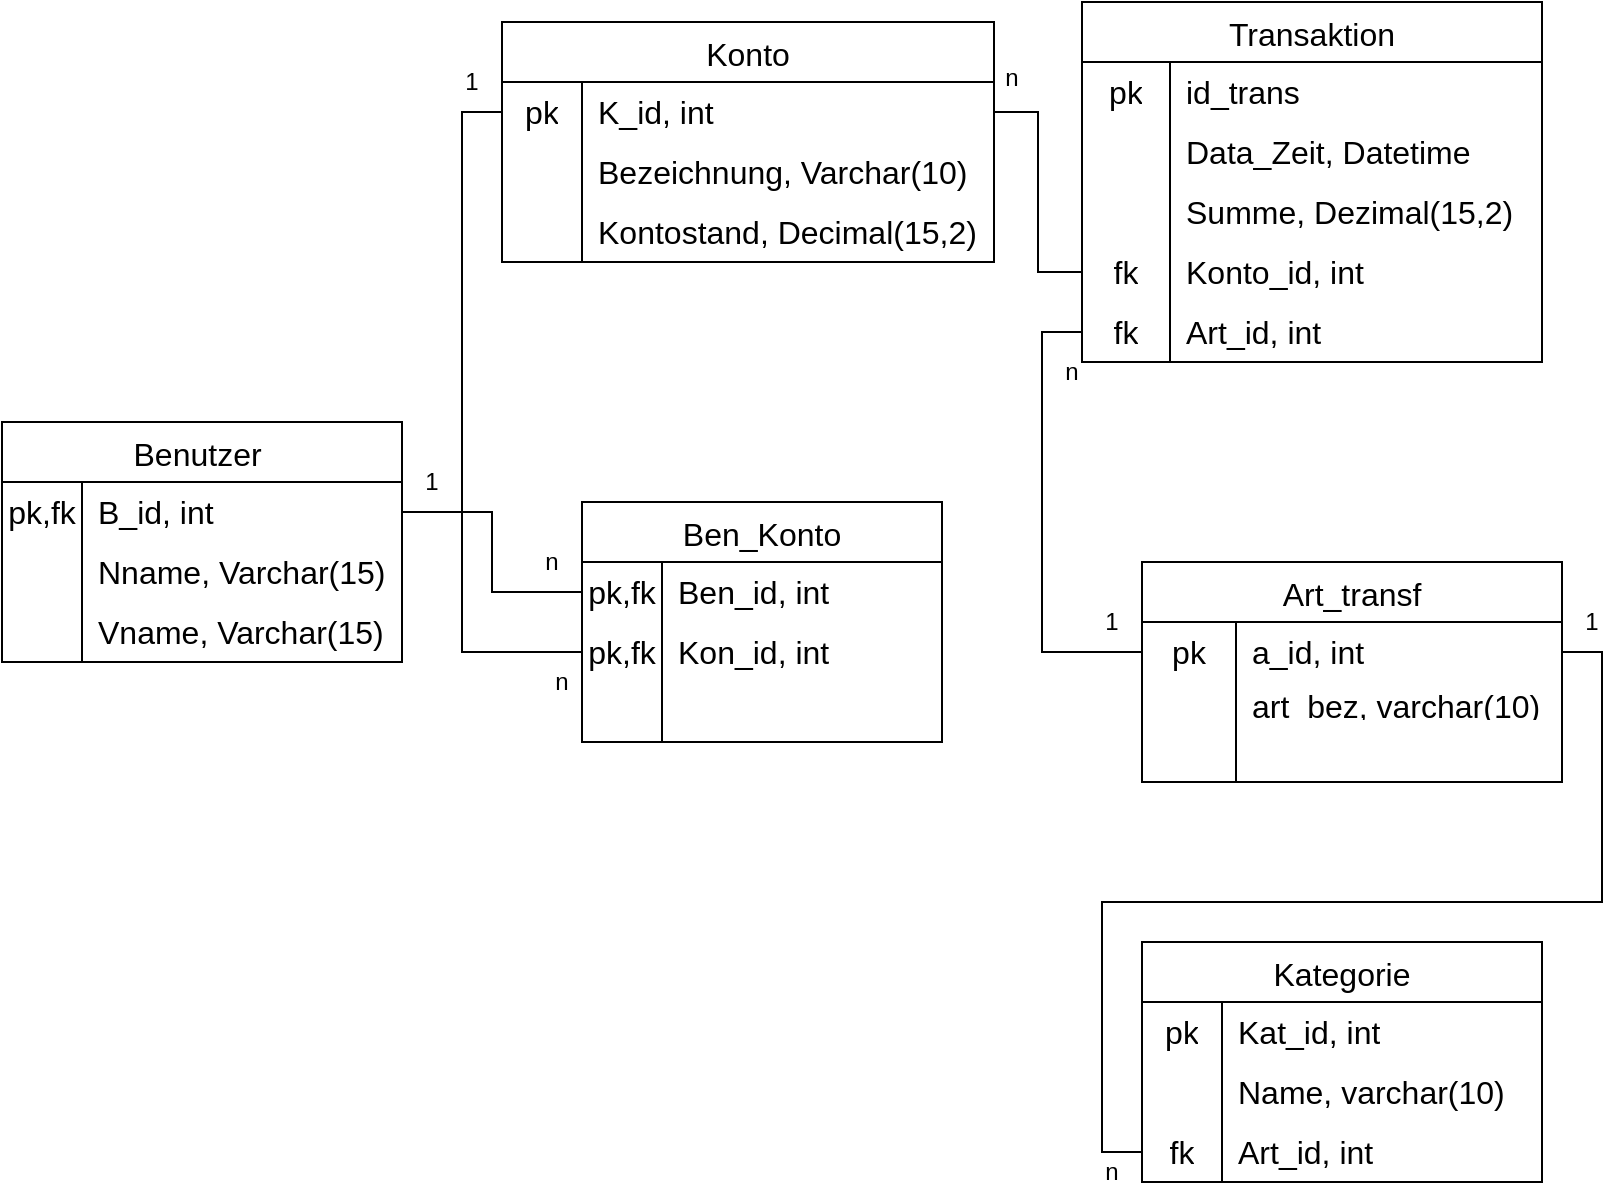
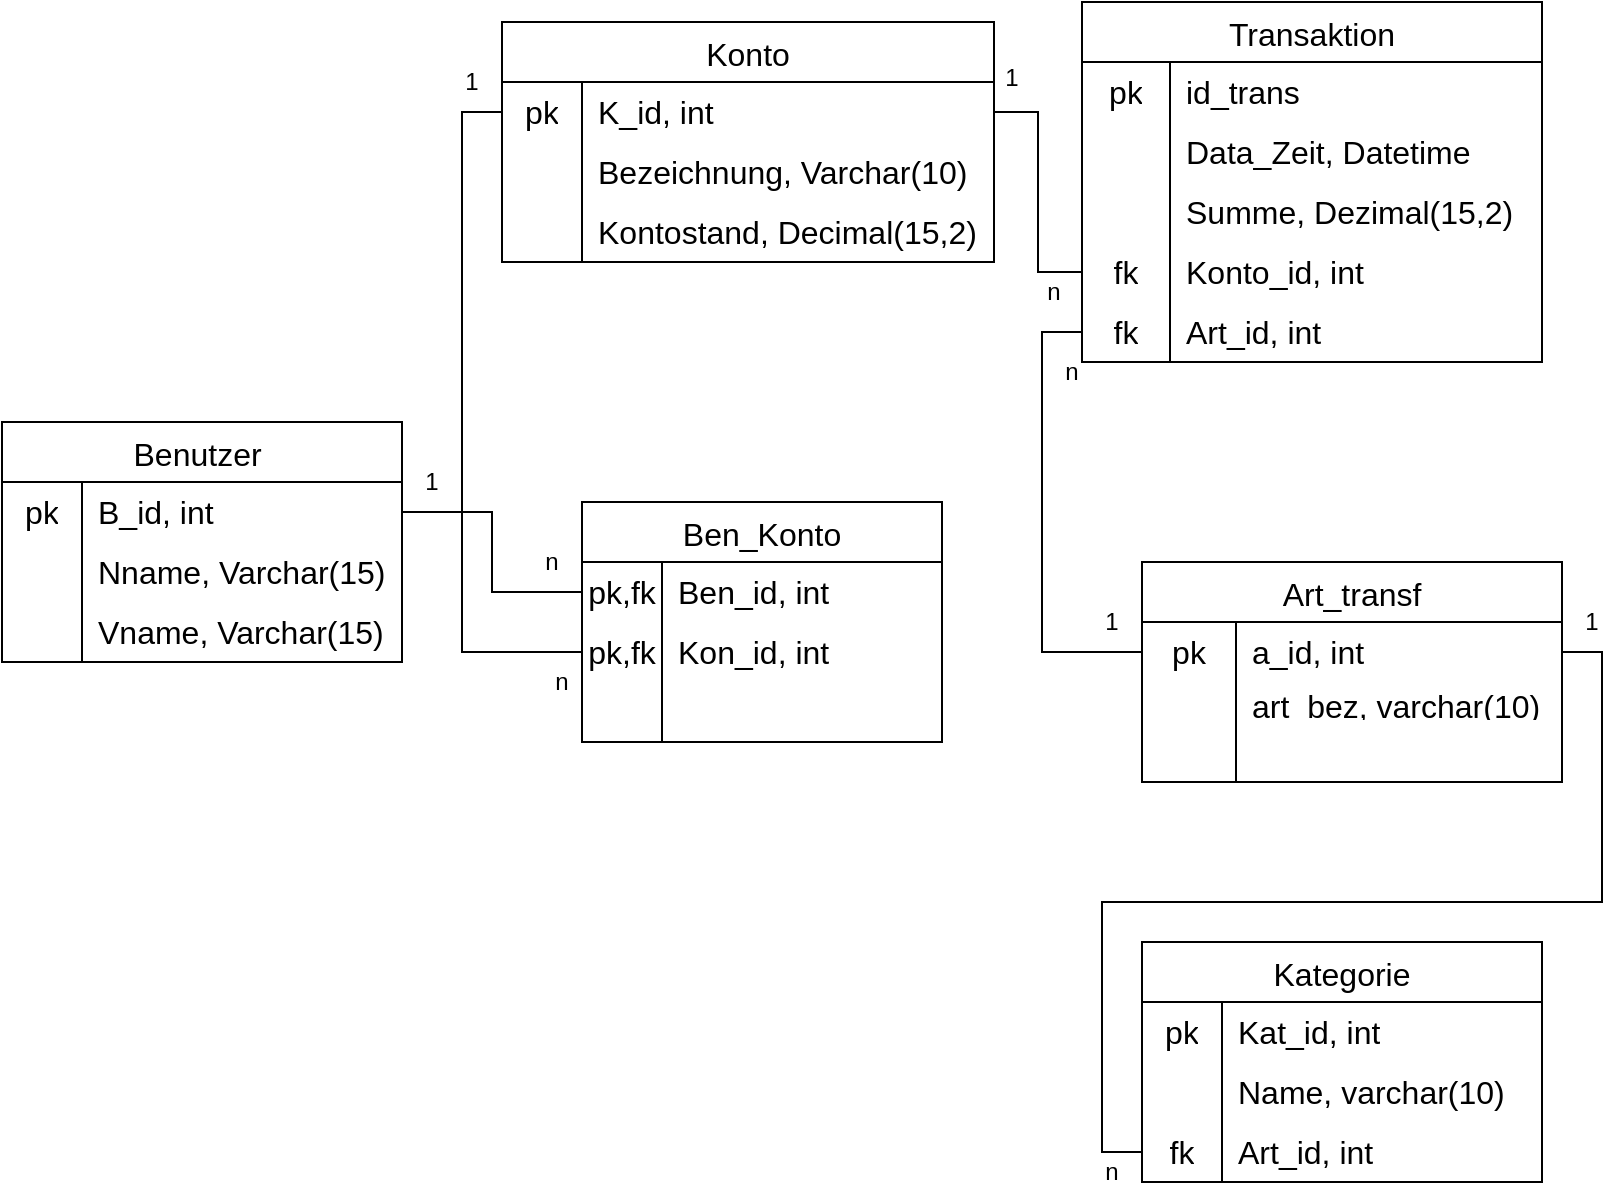
<mxfile host="app.diagrams.net">
  <diagram name="Seite-1" id="xPv2AC1nwmg8GyKB69Yi">
    <mxGraphModel dx="1537" dy="936" grid="1" gridSize="10" guides="1" tooltips="1" connect="1" arrows="1" fold="1" page="1" pageScale="1" pageWidth="827" pageHeight="1169" math="0" shadow="0">
      <root>
        <mxCell id="0" />
        <mxCell id="1" parent="0" />
        <mxCell id="_DhCgDT5A8rUitMqF_tN-11" parent="1" style="shape=table;startSize=30;container=1;collapsible=0;childLayout=tableLayout;fixedRows=1;rowLines=0;fontStyle=0;strokeColor=default;fontSize=16;" value="Benutzer " vertex="1">
          <mxGeometry height="120" width="200" x="70" y="390" as="geometry" />
        </mxCell>
        <mxCell id="_DhCgDT5A8rUitMqF_tN-12" parent="_DhCgDT5A8rUitMqF_tN-11" style="shape=tableRow;horizontal=0;startSize=0;swimlaneHead=0;swimlaneBody=0;top=0;left=0;bottom=0;right=0;collapsible=0;dropTarget=0;fillColor=none;points=[[0,0.5],[1,0.5]];portConstraint=eastwest;strokeColor=inherit;fontSize=16;" value="" vertex="1">
          <mxGeometry height="30" width="200" y="30" as="geometry" />
        </mxCell>
-         <mxCell id="_DhCgDT5A8rUitMqF_tN-13" parent="_DhCgDT5A8rUitMqF_tN-12" style="shape=partialRectangle;html=1;whiteSpace=wrap;connectable=0;fillColor=none;top=0;left=0;bottom=0;right=0;overflow=hidden;pointerEvents=1;strokeColor=inherit;fontSize=16;" value="pk,fk" vertex="1">
+         <mxCell id="_DhCgDT5A8rUitMqF_tN-13" parent="_DhCgDT5A8rUitMqF_tN-12" style="shape=partialRectangle;html=1;whiteSpace=wrap;connectable=0;fillColor=none;top=0;left=0;bottom=0;right=0;overflow=hidden;pointerEvents=1;strokeColor=inherit;fontSize=16;" value="pk" vertex="1">
          <mxGeometry height="30" width="40" as="geometry">
            <mxRectangle height="30" width="40" as="alternateBounds" />
          </mxGeometry>
        </mxCell>
        <mxCell id="_DhCgDT5A8rUitMqF_tN-14" parent="_DhCgDT5A8rUitMqF_tN-12" style="shape=partialRectangle;html=1;whiteSpace=wrap;connectable=0;fillColor=none;top=0;left=0;bottom=0;right=0;align=left;spacingLeft=6;overflow=hidden;strokeColor=inherit;fontSize=16;" value="B_id, int" vertex="1">
          <mxGeometry height="30" width="160" x="40" as="geometry">
            <mxRectangle height="30" width="160" as="alternateBounds" />
          </mxGeometry>
        </mxCell>
        <mxCell id="_DhCgDT5A8rUitMqF_tN-15" parent="_DhCgDT5A8rUitMqF_tN-11" style="shape=tableRow;horizontal=0;startSize=0;swimlaneHead=0;swimlaneBody=0;top=0;left=0;bottom=0;right=0;collapsible=0;dropTarget=0;fillColor=none;points=[[0,0.5],[1,0.5]];portConstraint=eastwest;strokeColor=inherit;fontSize=16;" value="" vertex="1">
          <mxGeometry height="30" width="200" y="60" as="geometry" />
        </mxCell>
        <mxCell id="_DhCgDT5A8rUitMqF_tN-16" parent="_DhCgDT5A8rUitMqF_tN-15" style="shape=partialRectangle;html=1;whiteSpace=wrap;connectable=0;fillColor=none;top=0;left=0;bottom=0;right=0;overflow=hidden;strokeColor=inherit;fontSize=16;" value="" vertex="1">
          <mxGeometry height="30" width="40" as="geometry">
            <mxRectangle height="30" width="40" as="alternateBounds" />
          </mxGeometry>
        </mxCell>
        <mxCell id="_DhCgDT5A8rUitMqF_tN-17" parent="_DhCgDT5A8rUitMqF_tN-15" style="shape=partialRectangle;html=1;whiteSpace=wrap;connectable=0;fillColor=none;top=0;left=0;bottom=0;right=0;align=left;spacingLeft=6;overflow=hidden;strokeColor=inherit;fontSize=16;" value="Nname, Varchar(15)" vertex="1">
          <mxGeometry height="30" width="160" x="40" as="geometry">
            <mxRectangle height="30" width="160" as="alternateBounds" />
          </mxGeometry>
        </mxCell>
        <mxCell id="_DhCgDT5A8rUitMqF_tN-18" parent="_DhCgDT5A8rUitMqF_tN-11" style="shape=tableRow;horizontal=0;startSize=0;swimlaneHead=0;swimlaneBody=0;top=0;left=0;bottom=0;right=0;collapsible=0;dropTarget=0;fillColor=none;points=[[0,0.5],[1,0.5]];portConstraint=eastwest;strokeColor=inherit;fontSize=16;" value="" vertex="1">
          <mxGeometry height="30" width="200" y="90" as="geometry" />
        </mxCell>
        <mxCell id="_DhCgDT5A8rUitMqF_tN-19" parent="_DhCgDT5A8rUitMqF_tN-18" style="shape=partialRectangle;html=1;whiteSpace=wrap;connectable=0;fillColor=none;top=0;left=0;bottom=0;right=0;overflow=hidden;strokeColor=inherit;fontSize=16;" value="" vertex="1">
          <mxGeometry height="30" width="40" as="geometry">
            <mxRectangle height="30" width="40" as="alternateBounds" />
          </mxGeometry>
        </mxCell>
        <mxCell id="_DhCgDT5A8rUitMqF_tN-20" parent="_DhCgDT5A8rUitMqF_tN-18" style="shape=partialRectangle;html=1;whiteSpace=wrap;connectable=0;fillColor=none;top=0;left=0;bottom=0;right=0;align=left;spacingLeft=6;overflow=hidden;strokeColor=inherit;fontSize=16;" value="Vname, Varchar(15)" vertex="1">
          <mxGeometry height="30" width="160" x="40" as="geometry">
            <mxRectangle height="30" width="160" as="alternateBounds" />
          </mxGeometry>
        </mxCell>
        <mxCell id="_DhCgDT5A8rUitMqF_tN-24" parent="1" style="shape=table;startSize=30;container=1;collapsible=0;childLayout=tableLayout;fixedRows=1;rowLines=0;fontStyle=0;strokeColor=default;fontSize=16;" value="Ben_Konto" vertex="1">
          <mxGeometry height="120" width="180" x="360" y="430" as="geometry" />
        </mxCell>
        <mxCell id="_DhCgDT5A8rUitMqF_tN-25" parent="_DhCgDT5A8rUitMqF_tN-24" style="shape=tableRow;horizontal=0;startSize=0;swimlaneHead=0;swimlaneBody=0;top=0;left=0;bottom=0;right=0;collapsible=0;dropTarget=0;fillColor=none;points=[[0,0.5],[1,0.5]];portConstraint=eastwest;strokeColor=inherit;fontSize=16;" value="" vertex="1">
          <mxGeometry height="30" width="180" y="30" as="geometry" />
        </mxCell>
        <mxCell id="_DhCgDT5A8rUitMqF_tN-26" parent="_DhCgDT5A8rUitMqF_tN-25" style="shape=partialRectangle;html=1;whiteSpace=wrap;connectable=0;fillColor=none;top=0;left=0;bottom=0;right=0;overflow=hidden;pointerEvents=1;strokeColor=inherit;fontSize=16;" value="pk,fk" vertex="1">
          <mxGeometry height="30" width="40" as="geometry">
            <mxRectangle height="30" width="40" as="alternateBounds" />
          </mxGeometry>
        </mxCell>
        <mxCell id="_DhCgDT5A8rUitMqF_tN-27" parent="_DhCgDT5A8rUitMqF_tN-25" style="shape=partialRectangle;html=1;whiteSpace=wrap;connectable=0;fillColor=none;top=0;left=0;bottom=0;right=0;align=left;spacingLeft=6;overflow=hidden;strokeColor=inherit;fontSize=16;" value="Ben_id, int" vertex="1">
          <mxGeometry height="30" width="140" x="40" as="geometry">
            <mxRectangle height="30" width="140" as="alternateBounds" />
          </mxGeometry>
        </mxCell>
        <mxCell id="_DhCgDT5A8rUitMqF_tN-28" parent="_DhCgDT5A8rUitMqF_tN-24" style="shape=tableRow;horizontal=0;startSize=0;swimlaneHead=0;swimlaneBody=0;top=0;left=0;bottom=0;right=0;collapsible=0;dropTarget=0;fillColor=none;points=[[0,0.5],[1,0.5]];portConstraint=eastwest;strokeColor=inherit;fontSize=16;" value="" vertex="1">
          <mxGeometry height="30" width="180" y="60" as="geometry" />
        </mxCell>
        <mxCell id="_DhCgDT5A8rUitMqF_tN-29" parent="_DhCgDT5A8rUitMqF_tN-28" style="shape=partialRectangle;html=1;whiteSpace=wrap;connectable=0;fillColor=none;top=0;left=0;bottom=0;right=0;overflow=hidden;strokeColor=inherit;fontSize=16;" value="pk,fk" vertex="1">
          <mxGeometry height="30" width="40" as="geometry">
            <mxRectangle height="30" width="40" as="alternateBounds" />
          </mxGeometry>
        </mxCell>
        <mxCell id="_DhCgDT5A8rUitMqF_tN-30" parent="_DhCgDT5A8rUitMqF_tN-28" style="shape=partialRectangle;html=1;whiteSpace=wrap;connectable=0;fillColor=none;top=0;left=0;bottom=0;right=0;align=left;spacingLeft=6;overflow=hidden;strokeColor=inherit;fontSize=16;" value="Kon_id, int" vertex="1">
          <mxGeometry height="30" width="140" x="40" as="geometry">
            <mxRectangle height="30" width="140" as="alternateBounds" />
          </mxGeometry>
        </mxCell>
        <mxCell id="_DhCgDT5A8rUitMqF_tN-31" parent="_DhCgDT5A8rUitMqF_tN-24" style="shape=tableRow;horizontal=0;startSize=0;swimlaneHead=0;swimlaneBody=0;top=0;left=0;bottom=0;right=0;collapsible=0;dropTarget=0;fillColor=none;points=[[0,0.5],[1,0.5]];portConstraint=eastwest;strokeColor=inherit;fontSize=16;" value="" vertex="1">
          <mxGeometry height="30" width="180" y="90" as="geometry" />
        </mxCell>
        <mxCell id="_DhCgDT5A8rUitMqF_tN-32" parent="_DhCgDT5A8rUitMqF_tN-31" style="shape=partialRectangle;html=1;whiteSpace=wrap;connectable=0;fillColor=none;top=0;left=0;bottom=0;right=0;overflow=hidden;strokeColor=inherit;fontSize=16;" value="" vertex="1">
          <mxGeometry height="30" width="40" as="geometry">
            <mxRectangle height="30" width="40" as="alternateBounds" />
          </mxGeometry>
        </mxCell>
        <mxCell id="_DhCgDT5A8rUitMqF_tN-33" parent="_DhCgDT5A8rUitMqF_tN-31" style="shape=partialRectangle;html=1;whiteSpace=wrap;connectable=0;fillColor=none;top=0;left=0;bottom=0;right=0;align=left;spacingLeft=6;overflow=hidden;strokeColor=inherit;fontSize=16;" value="" vertex="1">
          <mxGeometry height="30" width="140" x="40" as="geometry">
            <mxRectangle height="30" width="140" as="alternateBounds" />
          </mxGeometry>
        </mxCell>
        <mxCell id="_DhCgDT5A8rUitMqF_tN-34" parent="1" style="shape=table;startSize=30;container=1;collapsible=0;childLayout=tableLayout;fixedRows=1;rowLines=0;fontStyle=0;strokeColor=default;fontSize=16;" value="Konto" vertex="1">
          <mxGeometry height="120" width="246" x="320" y="190" as="geometry" />
        </mxCell>
        <mxCell id="_DhCgDT5A8rUitMqF_tN-35" parent="_DhCgDT5A8rUitMqF_tN-34" style="shape=tableRow;horizontal=0;startSize=0;swimlaneHead=0;swimlaneBody=0;top=0;left=0;bottom=0;right=0;collapsible=0;dropTarget=0;fillColor=none;points=[[0,0.5],[1,0.5]];portConstraint=eastwest;strokeColor=inherit;fontSize=16;" value="" vertex="1">
          <mxGeometry height="30" width="246" y="30" as="geometry" />
        </mxCell>
        <mxCell id="_DhCgDT5A8rUitMqF_tN-36" parent="_DhCgDT5A8rUitMqF_tN-35" style="shape=partialRectangle;html=1;whiteSpace=wrap;connectable=0;fillColor=none;top=0;left=0;bottom=0;right=0;overflow=hidden;pointerEvents=1;strokeColor=inherit;fontSize=16;" value="pk" vertex="1">
          <mxGeometry height="30" width="40" as="geometry">
            <mxRectangle height="30" width="40" as="alternateBounds" />
          </mxGeometry>
        </mxCell>
        <mxCell id="_DhCgDT5A8rUitMqF_tN-37" parent="_DhCgDT5A8rUitMqF_tN-35" style="shape=partialRectangle;html=1;whiteSpace=wrap;connectable=0;fillColor=none;top=0;left=0;bottom=0;right=0;align=left;spacingLeft=6;overflow=hidden;strokeColor=inherit;fontSize=16;" value="K_id, int" vertex="1">
          <mxGeometry height="30" width="206" x="40" as="geometry">
            <mxRectangle height="30" width="206" as="alternateBounds" />
          </mxGeometry>
        </mxCell>
        <mxCell id="_DhCgDT5A8rUitMqF_tN-38" parent="_DhCgDT5A8rUitMqF_tN-34" style="shape=tableRow;horizontal=0;startSize=0;swimlaneHead=0;swimlaneBody=0;top=0;left=0;bottom=0;right=0;collapsible=0;dropTarget=0;fillColor=none;points=[[0,0.5],[1,0.5]];portConstraint=eastwest;strokeColor=inherit;fontSize=16;" value="" vertex="1">
          <mxGeometry height="30" width="246" y="60" as="geometry" />
        </mxCell>
        <mxCell id="_DhCgDT5A8rUitMqF_tN-39" parent="_DhCgDT5A8rUitMqF_tN-38" style="shape=partialRectangle;html=1;whiteSpace=wrap;connectable=0;fillColor=none;top=0;left=0;bottom=0;right=0;overflow=hidden;strokeColor=inherit;fontSize=16;" value="" vertex="1">
          <mxGeometry height="30" width="40" as="geometry">
            <mxRectangle height="30" width="40" as="alternateBounds" />
          </mxGeometry>
        </mxCell>
        <mxCell id="_DhCgDT5A8rUitMqF_tN-40" parent="_DhCgDT5A8rUitMqF_tN-38" style="shape=partialRectangle;html=1;whiteSpace=wrap;connectable=0;fillColor=none;top=0;left=0;bottom=0;right=0;align=left;spacingLeft=6;overflow=hidden;strokeColor=inherit;fontSize=16;" value="Bezeichnung, Varchar(10)" vertex="1">
          <mxGeometry height="30" width="206" x="40" as="geometry">
            <mxRectangle height="30" width="206" as="alternateBounds" />
          </mxGeometry>
        </mxCell>
        <mxCell id="_DhCgDT5A8rUitMqF_tN-41" parent="_DhCgDT5A8rUitMqF_tN-34" style="shape=tableRow;horizontal=0;startSize=0;swimlaneHead=0;swimlaneBody=0;top=0;left=0;bottom=0;right=0;collapsible=0;dropTarget=0;fillColor=none;points=[[0,0.5],[1,0.5]];portConstraint=eastwest;strokeColor=inherit;fontSize=16;" value="" vertex="1">
          <mxGeometry height="30" width="246" y="90" as="geometry" />
        </mxCell>
        <mxCell id="_DhCgDT5A8rUitMqF_tN-42" parent="_DhCgDT5A8rUitMqF_tN-41" style="shape=partialRectangle;html=1;whiteSpace=wrap;connectable=0;fillColor=none;top=0;left=0;bottom=0;right=0;overflow=hidden;strokeColor=inherit;fontSize=16;" value="" vertex="1">
          <mxGeometry height="30" width="40" as="geometry">
            <mxRectangle height="30" width="40" as="alternateBounds" />
          </mxGeometry>
        </mxCell>
        <mxCell id="_DhCgDT5A8rUitMqF_tN-43" parent="_DhCgDT5A8rUitMqF_tN-41" style="shape=partialRectangle;html=1;whiteSpace=wrap;connectable=0;fillColor=none;top=0;left=0;bottom=0;right=0;align=left;spacingLeft=6;overflow=hidden;strokeColor=inherit;fontSize=16;" value="Kontostand, Decimal(15,2)" vertex="1">
          <mxGeometry height="30" width="206" x="40" as="geometry">
            <mxRectangle height="30" width="206" as="alternateBounds" />
          </mxGeometry>
        </mxCell>
        <mxCell id="_DhCgDT5A8rUitMqF_tN-44" edge="1" parent="1" source="_DhCgDT5A8rUitMqF_tN-12" style="edgeStyle=orthogonalEdgeStyle;rounded=0;orthogonalLoop=1;jettySize=auto;html=1;exitX=1;exitY=0.5;exitDx=0;exitDy=0;entryX=0;entryY=0.5;entryDx=0;entryDy=0;endArrow=none;endFill=0;" target="_DhCgDT5A8rUitMqF_tN-25">
          <mxGeometry relative="1" as="geometry" />
        </mxCell>
        <mxCell id="_DhCgDT5A8rUitMqF_tN-45" parent="1" style="text;html=1;whiteSpace=wrap;strokeColor=none;fillColor=none;align=center;verticalAlign=middle;rounded=0;" value="1" vertex="1">
          <mxGeometry height="20" width="30" x="270" y="410" as="geometry" />
        </mxCell>
        <mxCell id="_DhCgDT5A8rUitMqF_tN-46" parent="1" style="text;html=1;whiteSpace=wrap;strokeColor=none;fillColor=none;align=center;verticalAlign=middle;rounded=0;" value="n" vertex="1">
          <mxGeometry height="20" width="30" x="330" y="450" as="geometry" />
        </mxCell>
-         <mxCell id="_DhCgDT5A8rUitMqF_tN-47" parent="1" style="text;html=1;whiteSpace=wrap;strokeColor=none;fillColor=none;align=center;verticalAlign=middle;rounded=0;" value="n" vertex="1">
+         <mxCell id="_DhCgDT5A8rUitMqF_tN-47" parent="1" style="text;html=1;whiteSpace=wrap;strokeColor=none;fillColor=none;align=center;verticalAlign=middle;rounded=0;" value="1" vertex="1">
          <mxGeometry height="15" width="30" x="560" y="210" as="geometry" />
        </mxCell>
        <mxCell id="_DhCgDT5A8rUitMqF_tN-48" parent="1" style="shape=table;startSize=30;container=1;collapsible=0;childLayout=tableLayout;fixedRows=1;rowLines=0;fontStyle=0;strokeColor=default;fontSize=16;" value="Transaktion" vertex="1">
          <mxGeometry height="180" width="230" x="610" y="180" as="geometry" />
        </mxCell>
        <mxCell id="_DhCgDT5A8rUitMqF_tN-49" parent="_DhCgDT5A8rUitMqF_tN-48" style="shape=tableRow;horizontal=0;startSize=0;swimlaneHead=0;swimlaneBody=0;top=0;left=0;bottom=0;right=0;collapsible=0;dropTarget=0;fillColor=none;points=[[0,0.5],[1,0.5]];portConstraint=eastwest;strokeColor=inherit;fontSize=16;" value="" vertex="1">
          <mxGeometry height="30" width="230" y="30" as="geometry" />
        </mxCell>
        <mxCell id="_DhCgDT5A8rUitMqF_tN-50" parent="_DhCgDT5A8rUitMqF_tN-49" style="shape=partialRectangle;html=1;whiteSpace=wrap;connectable=0;fillColor=none;top=0;left=0;bottom=0;right=0;overflow=hidden;pointerEvents=1;strokeColor=inherit;fontSize=16;" value="pk" vertex="1">
          <mxGeometry height="30" width="44" as="geometry">
            <mxRectangle height="30" width="44" as="alternateBounds" />
          </mxGeometry>
        </mxCell>
        <mxCell id="_DhCgDT5A8rUitMqF_tN-51" parent="_DhCgDT5A8rUitMqF_tN-49" style="shape=partialRectangle;html=1;whiteSpace=wrap;connectable=0;fillColor=none;top=0;left=0;bottom=0;right=0;align=left;spacingLeft=6;overflow=hidden;strokeColor=inherit;fontSize=16;" value="id_trans" vertex="1">
          <mxGeometry height="30" width="186" x="44" as="geometry">
            <mxRectangle height="30" width="186" as="alternateBounds" />
          </mxGeometry>
        </mxCell>
        <mxCell id="_DhCgDT5A8rUitMqF_tN-52" parent="_DhCgDT5A8rUitMqF_tN-48" style="shape=tableRow;horizontal=0;startSize=0;swimlaneHead=0;swimlaneBody=0;top=0;left=0;bottom=0;right=0;collapsible=0;dropTarget=0;fillColor=none;points=[[0,0.5],[1,0.5]];portConstraint=eastwest;strokeColor=inherit;fontSize=16;" value="" vertex="1">
          <mxGeometry height="30" width="230" y="60" as="geometry" />
        </mxCell>
        <mxCell id="_DhCgDT5A8rUitMqF_tN-53" parent="_DhCgDT5A8rUitMqF_tN-52" style="shape=partialRectangle;html=1;whiteSpace=wrap;connectable=0;fillColor=none;top=0;left=0;bottom=0;right=0;overflow=hidden;strokeColor=inherit;fontSize=16;" value="" vertex="1">
          <mxGeometry height="30" width="44" as="geometry">
            <mxRectangle height="30" width="44" as="alternateBounds" />
          </mxGeometry>
        </mxCell>
        <mxCell id="_DhCgDT5A8rUitMqF_tN-54" parent="_DhCgDT5A8rUitMqF_tN-52" style="shape=partialRectangle;html=1;whiteSpace=wrap;connectable=0;fillColor=none;top=0;left=0;bottom=0;right=0;align=left;spacingLeft=6;overflow=hidden;strokeColor=inherit;fontSize=16;" value="Data_Zeit, Datetime" vertex="1">
          <mxGeometry height="30" width="186" x="44" as="geometry">
            <mxRectangle height="30" width="186" as="alternateBounds" />
          </mxGeometry>
        </mxCell>
        <mxCell id="_DhCgDT5A8rUitMqF_tN-55" parent="_DhCgDT5A8rUitMqF_tN-48" style="shape=tableRow;horizontal=0;startSize=0;swimlaneHead=0;swimlaneBody=0;top=0;left=0;bottom=0;right=0;collapsible=0;dropTarget=0;fillColor=none;points=[[0,0.5],[1,0.5]];portConstraint=eastwest;strokeColor=inherit;fontSize=16;" value="" vertex="1">
          <mxGeometry height="30" width="230" y="90" as="geometry" />
        </mxCell>
        <mxCell id="_DhCgDT5A8rUitMqF_tN-56" parent="_DhCgDT5A8rUitMqF_tN-55" style="shape=partialRectangle;html=1;whiteSpace=wrap;connectable=0;fillColor=none;top=0;left=0;bottom=0;right=0;overflow=hidden;strokeColor=inherit;fontSize=16;" value="" vertex="1">
          <mxGeometry height="30" width="44" as="geometry">
            <mxRectangle height="30" width="44" as="alternateBounds" />
          </mxGeometry>
        </mxCell>
        <mxCell id="_DhCgDT5A8rUitMqF_tN-57" parent="_DhCgDT5A8rUitMqF_tN-55" style="shape=partialRectangle;html=1;whiteSpace=wrap;connectable=0;fillColor=none;top=0;left=0;bottom=0;right=0;align=left;spacingLeft=6;overflow=hidden;strokeColor=inherit;fontSize=16;" value="Summe, Dezimal(15,2)" vertex="1">
          <mxGeometry height="30" width="186" x="44" as="geometry">
            <mxRectangle height="30" width="186" as="alternateBounds" />
          </mxGeometry>
        </mxCell>
        <mxCell id="_DhCgDT5A8rUitMqF_tN-58" parent="_DhCgDT5A8rUitMqF_tN-48" style="shape=tableRow;horizontal=0;startSize=0;swimlaneHead=0;swimlaneBody=0;top=0;left=0;bottom=0;right=0;collapsible=0;dropTarget=0;fillColor=none;points=[[0,0.5],[1,0.5]];portConstraint=eastwest;strokeColor=inherit;fontSize=16;" vertex="1">
          <mxGeometry height="30" width="230" y="120" as="geometry" />
        </mxCell>
        <mxCell id="_DhCgDT5A8rUitMqF_tN-59" parent="_DhCgDT5A8rUitMqF_tN-58" style="shape=partialRectangle;html=1;whiteSpace=wrap;connectable=0;fillColor=none;top=0;left=0;bottom=0;right=0;overflow=hidden;strokeColor=inherit;fontSize=16;" value="fk" vertex="1">
          <mxGeometry height="30" width="44" as="geometry">
            <mxRectangle height="30" width="44" as="alternateBounds" />
          </mxGeometry>
        </mxCell>
        <mxCell id="_DhCgDT5A8rUitMqF_tN-60" parent="_DhCgDT5A8rUitMqF_tN-58" style="shape=partialRectangle;html=1;whiteSpace=wrap;connectable=0;fillColor=none;top=0;left=0;bottom=0;right=0;align=left;spacingLeft=6;overflow=hidden;strokeColor=inherit;fontSize=16;" value="Konto_id, int" vertex="1">
          <mxGeometry height="30" width="186" x="44" as="geometry">
            <mxRectangle height="30" width="186" as="alternateBounds" />
          </mxGeometry>
        </mxCell>
        <mxCell id="_DhCgDT5A8rUitMqF_tN-61" parent="_DhCgDT5A8rUitMqF_tN-48" style="shape=tableRow;horizontal=0;startSize=0;swimlaneHead=0;swimlaneBody=0;top=0;left=0;bottom=0;right=0;collapsible=0;dropTarget=0;fillColor=none;points=[[0,0.5],[1,0.5]];portConstraint=eastwest;strokeColor=inherit;fontSize=16;" vertex="1">
          <mxGeometry height="30" width="230" y="150" as="geometry" />
        </mxCell>
        <mxCell id="_DhCgDT5A8rUitMqF_tN-62" parent="_DhCgDT5A8rUitMqF_tN-61" style="shape=partialRectangle;html=1;whiteSpace=wrap;connectable=0;fillColor=none;top=0;left=0;bottom=0;right=0;overflow=hidden;strokeColor=inherit;fontSize=16;" value="fk" vertex="1">
          <mxGeometry height="30" width="44" as="geometry">
            <mxRectangle height="30" width="44" as="alternateBounds" />
          </mxGeometry>
        </mxCell>
        <mxCell id="_DhCgDT5A8rUitMqF_tN-63" parent="_DhCgDT5A8rUitMqF_tN-61" style="shape=partialRectangle;html=1;whiteSpace=wrap;connectable=0;fillColor=none;top=0;left=0;bottom=0;right=0;align=left;spacingLeft=6;overflow=hidden;strokeColor=inherit;fontSize=16;" value="Art_id, int" vertex="1">
          <mxGeometry height="30" width="186" x="44" as="geometry">
            <mxRectangle height="30" width="186" as="alternateBounds" />
          </mxGeometry>
        </mxCell>
        <mxCell id="_DhCgDT5A8rUitMqF_tN-64" edge="1" parent="1" source="_DhCgDT5A8rUitMqF_tN-28" style="edgeStyle=orthogonalEdgeStyle;rounded=0;orthogonalLoop=1;jettySize=auto;html=1;exitX=0;exitY=0.5;exitDx=0;exitDy=0;entryX=0;entryY=0.5;entryDx=0;entryDy=0;endArrow=none;endFill=0;" target="_DhCgDT5A8rUitMqF_tN-35">
          <mxGeometry relative="1" as="geometry" />
        </mxCell>
        <mxCell id="_DhCgDT5A8rUitMqF_tN-65" parent="1" style="text;html=1;whiteSpace=wrap;strokeColor=none;fillColor=none;align=center;verticalAlign=middle;rounded=0;" value="n" vertex="1">
          <mxGeometry height="20" width="20" x="340" y="510" as="geometry" />
        </mxCell>
        <mxCell id="_DhCgDT5A8rUitMqF_tN-66" parent="1" style="text;html=1;whiteSpace=wrap;strokeColor=none;fillColor=none;align=center;verticalAlign=middle;rounded=0;" value="1" vertex="1">
          <mxGeometry height="20" width="30" x="290" y="210" as="geometry" />
        </mxCell>
        <mxCell id="_DhCgDT5A8rUitMqF_tN-67" edge="1" parent="1" source="_DhCgDT5A8rUitMqF_tN-58" style="edgeStyle=orthogonalEdgeStyle;rounded=0;orthogonalLoop=1;jettySize=auto;html=1;exitX=0;exitY=0.5;exitDx=0;exitDy=0;entryX=1;entryY=0.5;entryDx=0;entryDy=0;endArrow=none;endFill=0;" target="_DhCgDT5A8rUitMqF_tN-35">
          <mxGeometry relative="1" as="geometry">
            <mxPoint x="660" y="510" as="targetPoint" />
          </mxGeometry>
        </mxCell>
        <mxCell id="_DhCgDT5A8rUitMqF_tN-68" parent="1" style="shape=table;startSize=30;container=1;collapsible=0;childLayout=tableLayout;fixedRows=1;rowLines=0;fontStyle=0;strokeColor=default;fontSize=16;" value="Art_transf" vertex="1">
          <mxGeometry height="110" width="210" x="640" y="460" as="geometry" />
        </mxCell>
        <mxCell id="_DhCgDT5A8rUitMqF_tN-69" parent="_DhCgDT5A8rUitMqF_tN-68" style="shape=tableRow;horizontal=0;startSize=0;swimlaneHead=0;swimlaneBody=0;top=0;left=0;bottom=0;right=0;collapsible=0;dropTarget=0;fillColor=none;points=[[0,0.5],[1,0.5]];portConstraint=eastwest;strokeColor=inherit;fontSize=16;" value="" vertex="1">
          <mxGeometry height="30" width="210" y="30" as="geometry" />
        </mxCell>
        <mxCell id="_DhCgDT5A8rUitMqF_tN-70" parent="_DhCgDT5A8rUitMqF_tN-69" style="shape=partialRectangle;html=1;whiteSpace=wrap;connectable=0;fillColor=none;top=0;left=0;bottom=0;right=0;overflow=hidden;pointerEvents=1;strokeColor=inherit;fontSize=16;" value="pk" vertex="1">
          <mxGeometry height="30" width="47" as="geometry">
            <mxRectangle height="30" width="47" as="alternateBounds" />
          </mxGeometry>
        </mxCell>
        <mxCell id="_DhCgDT5A8rUitMqF_tN-71" parent="_DhCgDT5A8rUitMqF_tN-69" style="shape=partialRectangle;html=1;whiteSpace=wrap;connectable=0;fillColor=none;top=0;left=0;bottom=0;right=0;align=left;spacingLeft=6;overflow=hidden;strokeColor=inherit;fontSize=16;" value="a_id, int" vertex="1">
          <mxGeometry height="30" width="163" x="47" as="geometry">
            <mxRectangle height="30" width="163" as="alternateBounds" />
          </mxGeometry>
        </mxCell>
        <mxCell id="_DhCgDT5A8rUitMqF_tN-72" parent="_DhCgDT5A8rUitMqF_tN-68" style="shape=tableRow;horizontal=0;startSize=0;swimlaneHead=0;swimlaneBody=0;top=0;left=0;bottom=0;right=0;collapsible=0;dropTarget=0;fillColor=none;points=[[0,0.5],[1,0.5]];portConstraint=eastwest;strokeColor=inherit;fontSize=16;" value="" vertex="1">
          <mxGeometry height="20" width="210" y="60" as="geometry" />
        </mxCell>
        <mxCell id="_DhCgDT5A8rUitMqF_tN-73" parent="_DhCgDT5A8rUitMqF_tN-72" style="shape=partialRectangle;html=1;whiteSpace=wrap;connectable=0;fillColor=none;top=0;left=0;bottom=0;right=0;overflow=hidden;strokeColor=inherit;fontSize=16;" value="" vertex="1">
          <mxGeometry height="20" width="47" as="geometry">
            <mxRectangle height="20" width="47" as="alternateBounds" />
          </mxGeometry>
        </mxCell>
        <mxCell id="_DhCgDT5A8rUitMqF_tN-74" parent="_DhCgDT5A8rUitMqF_tN-72" style="shape=partialRectangle;html=1;whiteSpace=wrap;connectable=0;fillColor=none;top=0;left=0;bottom=0;right=0;align=left;spacingLeft=6;overflow=hidden;strokeColor=inherit;fontSize=16;" value="art_bez, varchar(10)" vertex="1">
          <mxGeometry height="20" width="163" x="47" as="geometry">
            <mxRectangle height="20" width="163" as="alternateBounds" />
          </mxGeometry>
        </mxCell>
        <mxCell id="_DhCgDT5A8rUitMqF_tN-75" parent="_DhCgDT5A8rUitMqF_tN-68" style="shape=tableRow;horizontal=0;startSize=0;swimlaneHead=0;swimlaneBody=0;top=0;left=0;bottom=0;right=0;collapsible=0;dropTarget=0;fillColor=none;points=[[0,0.5],[1,0.5]];portConstraint=eastwest;strokeColor=inherit;fontSize=16;" value="" vertex="1">
          <mxGeometry height="30" width="210" y="80" as="geometry" />
        </mxCell>
        <mxCell id="_DhCgDT5A8rUitMqF_tN-76" parent="_DhCgDT5A8rUitMqF_tN-75" style="shape=partialRectangle;html=1;whiteSpace=wrap;connectable=0;fillColor=none;top=0;left=0;bottom=0;right=0;overflow=hidden;strokeColor=inherit;fontSize=16;" value="" vertex="1">
          <mxGeometry height="30" width="47" as="geometry">
            <mxRectangle height="30" width="47" as="alternateBounds" />
          </mxGeometry>
        </mxCell>
        <mxCell id="_DhCgDT5A8rUitMqF_tN-77" parent="_DhCgDT5A8rUitMqF_tN-75" style="shape=partialRectangle;html=1;whiteSpace=wrap;connectable=0;fillColor=none;top=0;left=0;bottom=0;right=0;align=left;spacingLeft=6;overflow=hidden;strokeColor=inherit;fontSize=16;" value="" vertex="1">
          <mxGeometry height="30" width="163" x="47" as="geometry">
            <mxRectangle height="30" width="163" as="alternateBounds" />
          </mxGeometry>
        </mxCell>
        <mxCell id="_DhCgDT5A8rUitMqF_tN-78" edge="1" parent="1" source="_DhCgDT5A8rUitMqF_tN-61" style="edgeStyle=orthogonalEdgeStyle;rounded=0;orthogonalLoop=1;jettySize=auto;html=1;exitX=0;exitY=0.5;exitDx=0;exitDy=0;entryX=0;entryY=0.5;entryDx=0;entryDy=0;endArrow=none;endFill=0;" target="_DhCgDT5A8rUitMqF_tN-69">
          <mxGeometry relative="1" as="geometry" />
        </mxCell>
        <mxCell id="_DhCgDT5A8rUitMqF_tN-79" parent="1" style="text;html=1;whiteSpace=wrap;strokeColor=none;fillColor=none;align=center;verticalAlign=middle;rounded=0;" value="1" vertex="1">
          <mxGeometry height="20" width="30" x="610" y="480" as="geometry" />
        </mxCell>
        <mxCell id="_DhCgDT5A8rUitMqF_tN-80" parent="1" style="text;html=1;whiteSpace=wrap;strokeColor=none;fillColor=none;align=center;verticalAlign=middle;rounded=0;" value="n" vertex="1">
          <mxGeometry height="30" width="30" x="590" y="350" as="geometry" />
        </mxCell>
        <mxCell id="_DhCgDT5A8rUitMqF_tN-81" parent="1" style="shape=table;startSize=30;container=1;collapsible=0;childLayout=tableLayout;fixedRows=1;rowLines=0;fontStyle=0;strokeColor=default;fontSize=16;" value="Kategorie" vertex="1">
          <mxGeometry height="120" width="200" x="640" y="650" as="geometry" />
        </mxCell>
        <mxCell id="_DhCgDT5A8rUitMqF_tN-82" parent="_DhCgDT5A8rUitMqF_tN-81" style="shape=tableRow;horizontal=0;startSize=0;swimlaneHead=0;swimlaneBody=0;top=0;left=0;bottom=0;right=0;collapsible=0;dropTarget=0;fillColor=none;points=[[0,0.5],[1,0.5]];portConstraint=eastwest;strokeColor=inherit;fontSize=16;" value="" vertex="1">
          <mxGeometry height="30" width="200" y="30" as="geometry" />
        </mxCell>
        <mxCell id="_DhCgDT5A8rUitMqF_tN-83" parent="_DhCgDT5A8rUitMqF_tN-82" style="shape=partialRectangle;html=1;whiteSpace=wrap;connectable=0;fillColor=none;top=0;left=0;bottom=0;right=0;overflow=hidden;pointerEvents=1;strokeColor=inherit;fontSize=16;" value="pk" vertex="1">
          <mxGeometry height="30" width="40" as="geometry">
            <mxRectangle height="30" width="40" as="alternateBounds" />
          </mxGeometry>
        </mxCell>
        <mxCell id="_DhCgDT5A8rUitMqF_tN-84" parent="_DhCgDT5A8rUitMqF_tN-82" style="shape=partialRectangle;html=1;whiteSpace=wrap;connectable=0;fillColor=none;top=0;left=0;bottom=0;right=0;align=left;spacingLeft=6;overflow=hidden;strokeColor=inherit;fontSize=16;" value="Kat_id, int" vertex="1">
          <mxGeometry height="30" width="160" x="40" as="geometry">
            <mxRectangle height="30" width="160" as="alternateBounds" />
          </mxGeometry>
        </mxCell>
        <mxCell id="_DhCgDT5A8rUitMqF_tN-85" parent="_DhCgDT5A8rUitMqF_tN-81" style="shape=tableRow;horizontal=0;startSize=0;swimlaneHead=0;swimlaneBody=0;top=0;left=0;bottom=0;right=0;collapsible=0;dropTarget=0;fillColor=none;points=[[0,0.5],[1,0.5]];portConstraint=eastwest;strokeColor=inherit;fontSize=16;" value="" vertex="1">
          <mxGeometry height="30" width="200" y="60" as="geometry" />
        </mxCell>
        <mxCell id="_DhCgDT5A8rUitMqF_tN-86" parent="_DhCgDT5A8rUitMqF_tN-85" style="shape=partialRectangle;html=1;whiteSpace=wrap;connectable=0;fillColor=none;top=0;left=0;bottom=0;right=0;overflow=hidden;strokeColor=inherit;fontSize=16;" value="" vertex="1">
          <mxGeometry height="30" width="40" as="geometry">
            <mxRectangle height="30" width="40" as="alternateBounds" />
          </mxGeometry>
        </mxCell>
        <mxCell id="_DhCgDT5A8rUitMqF_tN-87" parent="_DhCgDT5A8rUitMqF_tN-85" style="shape=partialRectangle;html=1;whiteSpace=wrap;connectable=0;fillColor=none;top=0;left=0;bottom=0;right=0;align=left;spacingLeft=6;overflow=hidden;strokeColor=inherit;fontSize=16;" value="Name, varchar(10)" vertex="1">
          <mxGeometry height="30" width="160" x="40" as="geometry">
            <mxRectangle height="30" width="160" as="alternateBounds" />
          </mxGeometry>
        </mxCell>
        <mxCell id="_DhCgDT5A8rUitMqF_tN-88" parent="_DhCgDT5A8rUitMqF_tN-81" style="shape=tableRow;horizontal=0;startSize=0;swimlaneHead=0;swimlaneBody=0;top=0;left=0;bottom=0;right=0;collapsible=0;dropTarget=0;fillColor=none;points=[[0,0.5],[1,0.5]];portConstraint=eastwest;strokeColor=inherit;fontSize=16;" value="" vertex="1">
          <mxGeometry height="30" width="200" y="90" as="geometry" />
        </mxCell>
        <mxCell id="_DhCgDT5A8rUitMqF_tN-89" parent="_DhCgDT5A8rUitMqF_tN-88" style="shape=partialRectangle;html=1;whiteSpace=wrap;connectable=0;fillColor=none;top=0;left=0;bottom=0;right=0;overflow=hidden;strokeColor=inherit;fontSize=16;" value="fk" vertex="1">
          <mxGeometry height="30" width="40" as="geometry">
            <mxRectangle height="30" width="40" as="alternateBounds" />
          </mxGeometry>
        </mxCell>
        <mxCell id="_DhCgDT5A8rUitMqF_tN-90" parent="_DhCgDT5A8rUitMqF_tN-88" style="shape=partialRectangle;html=1;whiteSpace=wrap;connectable=0;fillColor=none;top=0;left=0;bottom=0;right=0;align=left;spacingLeft=6;overflow=hidden;strokeColor=inherit;fontSize=16;" value="Art_id, int" vertex="1">
          <mxGeometry height="30" width="160" x="40" as="geometry">
            <mxRectangle height="30" width="160" as="alternateBounds" />
          </mxGeometry>
        </mxCell>
        <mxCell id="_DhCgDT5A8rUitMqF_tN-91" edge="1" parent="1" source="_DhCgDT5A8rUitMqF_tN-88" style="edgeStyle=orthogonalEdgeStyle;rounded=0;orthogonalLoop=1;jettySize=auto;html=1;exitX=0;exitY=0.5;exitDx=0;exitDy=0;entryX=1;entryY=0.5;entryDx=0;entryDy=0;endArrow=none;endFill=0;" target="_DhCgDT5A8rUitMqF_tN-69">
          <mxGeometry relative="1" as="geometry" />
        </mxCell>
        <mxCell id="_DhCgDT5A8rUitMqF_tN-92" parent="1" style="text;html=1;whiteSpace=wrap;strokeColor=none;fillColor=none;align=center;verticalAlign=middle;rounded=0;" value="n" vertex="1">
          <mxGeometry height="30" width="30" x="610" y="750" as="geometry" />
        </mxCell>
        <mxCell id="_DhCgDT5A8rUitMqF_tN-93" parent="1" style="text;html=1;whiteSpace=wrap;strokeColor=none;fillColor=none;align=center;verticalAlign=middle;rounded=0;" value="1" vertex="1">
          <mxGeometry height="20" width="10" x="860" y="480" as="geometry" />
+         </mxCell>
+         <mxCell id="_DhCgDT5A8rUitMqF_tN-94" parent="1" style="text;html=1;whiteSpace=wrap;strokeColor=none;fillColor=none;align=center;verticalAlign=middle;rounded=0;" value="n" vertex="1">
+           <mxGeometry height="30" width="60" x="566" y="310" as="geometry" />
        </mxCell>
      </root>
    </mxGraphModel>
  </diagram>
</mxfile>
